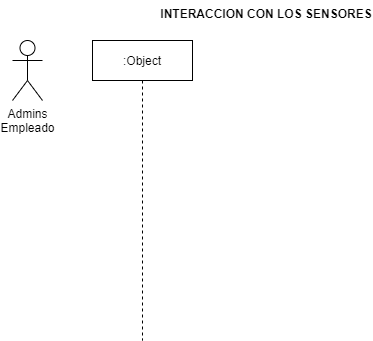
This is img/A2.2/Diagrama_Secuencia_Interaccion_Sensor.drawio.png from AlexBamaca/AnalisisB, a draw.io export, as it was before one commit. Source tidied: cells renumbered, new cells last; positions are measured from the earlier drawing's top-left corner, leaving out a move shared by most shapes. Source of this version:
```xml
<mxGraphModel>
  <root>
    <mxCell id="0" />
    <mxCell id="1" parent="0" />
    <mxCell id="2" value="INTERACCION CON LOS SENSORES" style="text;align=center;fontStyle=1;verticalAlign=middle;spacingLeft=3;spacingRight=3;strokeColor=none;" parent="1" vertex="1">
      <mxGeometry x="214" width="80" height="26" as="geometry" />
    </mxCell>
    <mxCell id="3" value="Admins&lt;br&gt;Empleado" style="shape=umlActor;verticalLabelPosition=bottom;verticalAlign=top;html=1;" parent="1" vertex="1">
      <mxGeometry y="40" width="30" height="60" as="geometry" />
    </mxCell>
    <mxCell id="4" value=":Object" style="shape=umlLifeline;perimeter=lifelinePerimeter;whiteSpace=wrap;html=1;" parent="1" vertex="1">
      <mxGeometry x="80" y="40" width="100" height="300" as="geometry" />
    </mxCell>
  </root>
</mxGraphModel>
```
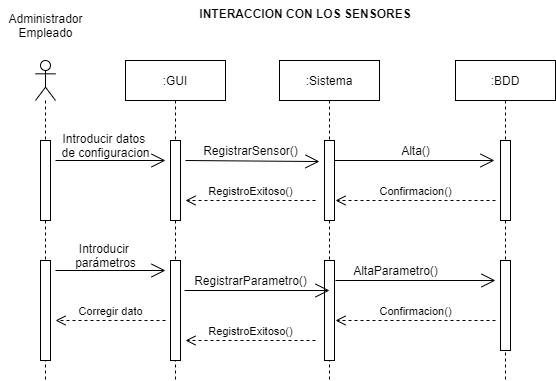
After the change.

Diff of the diagram source:
```diff
@@ -3,13 +3,129 @@
     <mxCell id="0" />
     <mxCell id="1" parent="0" />
     <mxCell id="2" value="INTERACCION CON LOS SENSORES" style="text;align=center;fontStyle=1;verticalAlign=middle;spacingLeft=3;spacingRight=3;strokeColor=none;" parent="1" vertex="1">
-      <mxGeometry x="214" width="80" height="26" as="geometry" />
+      <mxGeometry x="190" y="-20" width="80" height="26" as="geometry" />
     </mxCell>
-    <mxCell id="3" value="Admins&lt;br&gt;Empleado" style="shape=umlActor;verticalLabelPosition=bottom;verticalAlign=top;html=1;" parent="1" vertex="1">
-      <mxGeometry y="40" width="30" height="60" as="geometry" />
-    </mxCell>
-    <mxCell id="4" value=":Object" style="shape=umlLifeline;perimeter=lifelinePerimeter;whiteSpace=wrap;html=1;" parent="1" vertex="1">
-      <mxGeometry x="80" y="40" width="100" height="300" as="geometry" />
+    <mxCell id="4" value=":GUI" style="shape=umlLifeline;perimeter=lifelinePerimeter;whiteSpace=wrap;html=1;" parent="1" vertex="1">
+      <mxGeometry x="50" y="40" width="100" height="320" as="geometry" />
     </mxCell>
+    <mxCell id="5" style="html=1;perimeter=orthogonalPerimeter;" parent="4" vertex="1">
+      <mxGeometry x="45" y="80" width="10" height="80" as="geometry" />
+    </mxCell>
+    <mxCell id="6" style="endArrow=open;endFill=1;endSize=12;html=1;entryX=-0.5;entryY=0.263;entryDx=0;entryDy=0;entryPerimeter=0;" parent="4" edge="1" target="9">
+      <mxGeometry relative="1" as="geometry">
+        <mxPoint x="60" y="100" as="sourcePoint" />
+      </mxGeometry>
+    </mxCell>
+    <mxCell id="7" style="html=1;perimeter=orthogonalPerimeter;" parent="4" vertex="1">
+      <mxGeometry x="45" y="200" width="10" height="100" as="geometry" />
+    </mxCell>
+    <mxCell id="8" value=":Sistema" style="shape=umlLifeline;perimeter=lifelinePerimeter;whiteSpace=wrap;html=1;" parent="1" vertex="1">
+      <mxGeometry x="204" y="40" width="100" height="320" as="geometry" />
+    </mxCell>
+    <mxCell id="9" style="html=1;points=[];perimeter=orthogonalPerimeter;" parent="8" vertex="1">
+      <mxGeometry x="45" y="80" width="10" height="80" as="geometry" />
+    </mxCell>
+    <mxCell id="10" style="html=1;perimeter=orthogonalPerimeter;" parent="8" vertex="1">
+      <mxGeometry x="45" y="200" width="10" height="100" as="geometry" />
+    </mxCell>
+    <mxCell id="11" style="endArrow=open;endFill=1;endSize=12;html=1;" parent="8" edge="1">
+      <mxGeometry relative="1" as="geometry">
+        <mxPoint x="56" y="220" as="sourcePoint" />
+        <mxPoint x="216" y="220" as="targetPoint" />
+      </mxGeometry>
+    </mxCell>
+    <mxCell id="12" style="shape=umlLifeline;participant=umlActor;perimeter=lifelinePerimeter;whiteSpace=wrap;html=1;verticalAlign=top;spacingTop=36;" parent="1" vertex="1">
+      <mxGeometry x="-40" y="40" width="20" height="320" as="geometry" />
+    </mxCell>
+    <mxCell id="13" style="html=1;perimeter=orthogonalPerimeter;" parent="12" vertex="1">
+      <mxGeometry x="5" y="80" width="10" height="80" as="geometry" />
+    </mxCell>
+    <mxCell id="14" style="html=1;perimeter=orthogonalPerimeter;" parent="12" vertex="1">
+      <mxGeometry x="5" y="200" width="10" height="100" as="geometry" />
+    </mxCell>
+    <mxCell id="15" value=":BDD" style="shape=umlLifeline;perimeter=lifelinePerimeter;whiteSpace=wrap;html=1;" parent="1" vertex="1">
+      <mxGeometry x="380" y="40" width="100" height="320" as="geometry" />
+    </mxCell>
+    <mxCell id="16" style="html=1;perimeter=orthogonalPerimeter;" parent="15" vertex="1">
+      <mxGeometry x="45" y="80" width="10" height="80" as="geometry" />
+    </mxCell>
+    <mxCell id="17" style="html=1;perimeter=orthogonalPerimeter;" parent="15" vertex="1">
+      <mxGeometry x="45" y="200" width="10" height="90" as="geometry" />
+    </mxCell>
+    <mxCell id="18" value="Administrador&lt;br&gt;Empleado" style="text;html=1;align=center;verticalAlign=middle;" parent="1" vertex="1">
+      <mxGeometry x="-75" y="-10" width="90" height="30" as="geometry" />
+    </mxCell>
+    <mxCell id="19" style="endArrow=open;endFill=1;endSize=12;html=1;" parent="1" edge="1">
+      <mxGeometry relative="1" as="geometry">
+        <mxPoint x="-20" y="140" as="sourcePoint" />
+        <mxPoint x="90" y="140" as="targetPoint" />
+      </mxGeometry>
+    </mxCell>
+    <mxCell id="20" value="Introducir datos&amp;nbsp;&lt;br&gt;de configuracion" style="text;html=1;align=center;verticalAlign=middle;" parent="1" vertex="1">
+      <mxGeometry x="-20" y="110" width="100" height="30" as="geometry" />
+    </mxCell>
+    <mxCell id="21" value="RegistrarSensor()" style="text;html=1;align=center;verticalAlign=middle;" parent="1" vertex="1">
+      <mxGeometry x="120" y="120" width="110" height="20" as="geometry" />
+    </mxCell>
+    <mxCell id="22" style="endArrow=open;endFill=1;endSize=12;html=1;" parent="1" edge="1">
+      <mxGeometry relative="1" as="geometry">
+        <mxPoint x="259" y="140" as="sourcePoint" />
+        <mxPoint x="419" y="140" as="targetPoint" />
+      </mxGeometry>
+    </mxCell>
+    <mxCell id="23" value="Alta()" style="text;html=1;align=center;verticalAlign=middle;" parent="1" vertex="1">
+      <mxGeometry x="320" y="120" width="40" height="20" as="geometry" />
+    </mxCell>
+    <mxCell id="24" value="Confirmacion()" style="html=1;verticalAlign=bottom;endArrow=open;dashed=1;endSize=8;" parent="1" edge="1">
+      <mxGeometry relative="1" as="geometry">
+        <mxPoint x="420" y="180" as="sourcePoint" />
+        <mxPoint x="260" y="180" as="targetPoint" />
+      </mxGeometry>
+    </mxCell>
+    <mxCell id="25" value="RegistroExitoso()" style="html=1;verticalAlign=bottom;endArrow=open;dashed=1;endSize=8;" parent="1" edge="1">
+      <mxGeometry relative="1" as="geometry">
+        <mxPoint x="240" y="180" as="sourcePoint" />
+        <mxPoint x="110" y="180" as="targetPoint" />
+      </mxGeometry>
+    </mxCell>
+    <mxCell id="26" style="endArrow=open;endFill=1;endSize=12;html=1;" parent="1" edge="1">
+      <mxGeometry relative="1" as="geometry">
+        <mxPoint x="-20" y="250" as="sourcePoint" />
+        <mxPoint x="90" y="250" as="targetPoint" />
+      </mxGeometry>
+    </mxCell>
+    <mxCell id="27" value="Introducir &lt;br&gt;parámetros" style="text;html=1;align=center;verticalAlign=middle;" parent="1" vertex="1">
+      <mxGeometry x="-10" y="220" width="80" height="30" as="geometry" />
+    </mxCell>
+    <mxCell id="28" value="Corregir dato" style="html=1;verticalAlign=bottom;endArrow=open;dashed=1;endSize=8;" parent="1" edge="1">
+      <mxGeometry relative="1" as="geometry">
+        <mxPoint x="90" y="300" as="sourcePoint" />
+        <mxPoint x="-20" y="300" as="targetPoint" />
+      </mxGeometry>
+    </mxCell>
+    <mxCell id="29" style="endArrow=open;endFill=1;endSize=12;html=1;" parent="1" edge="1">
+      <mxGeometry relative="1" as="geometry">
+        <mxPoint x="109" y="270" as="sourcePoint" />
+        <mxPoint x="254" y="270" as="targetPoint" />
+      </mxGeometry>
+    </mxCell>
+    <mxCell id="30" value="RegistrarParametro()" style="text;html=1;align=center;verticalAlign=middle;" parent="1" vertex="1">
+      <mxGeometry x="110" y="250" width="130" height="20" as="geometry" />
+    </mxCell>
+    <mxCell id="31" value="AltaParametro()" style="text;html=1;align=center;verticalAlign=middle;" parent="1" vertex="1">
+      <mxGeometry x="270" y="240" width="100" height="20" as="geometry" />
+    </mxCell>
+    <mxCell id="32" value="Confirmacion()" style="html=1;verticalAlign=bottom;endArrow=open;dashed=1;endSize=8;" parent="1" edge="1">
+      <mxGeometry relative="1" as="geometry">
+        <mxPoint x="420" y="300" as="sourcePoint" />
+        <mxPoint x="260" y="300" as="targetPoint" />
+      </mxGeometry>
+    </mxCell>
+    <mxCell id="33" value="RegistroExitoso()" style="html=1;verticalAlign=bottom;endArrow=open;dashed=1;endSize=8;" parent="1" edge="1">
+      <mxGeometry relative="1" as="geometry">
+        <mxPoint x="240" y="320" as="sourcePoint" />
+        <mxPoint x="110" y="320" as="targetPoint" />
+      </mxGeometry>
+    </mxCell>
   </root>
 </mxGraphModel>
```
